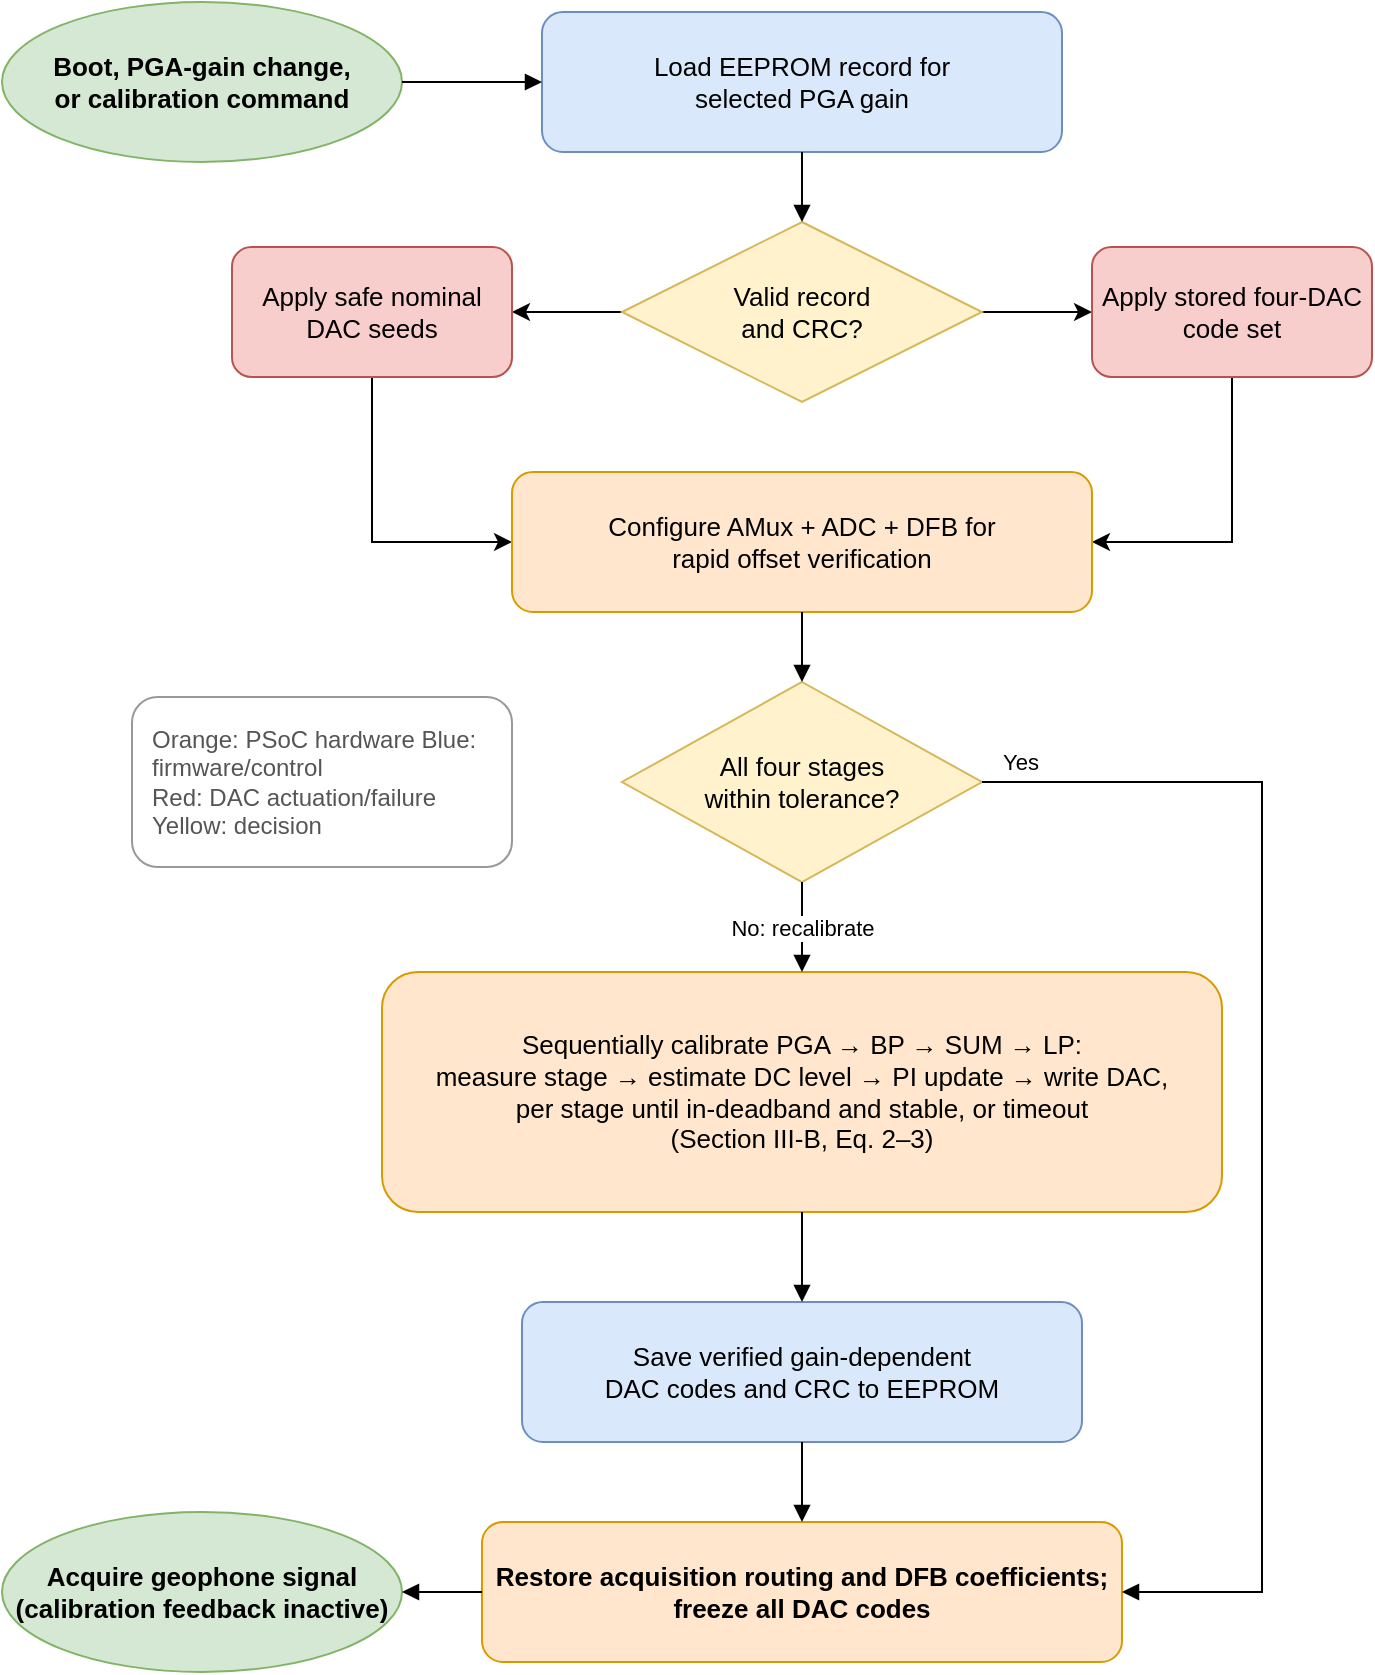
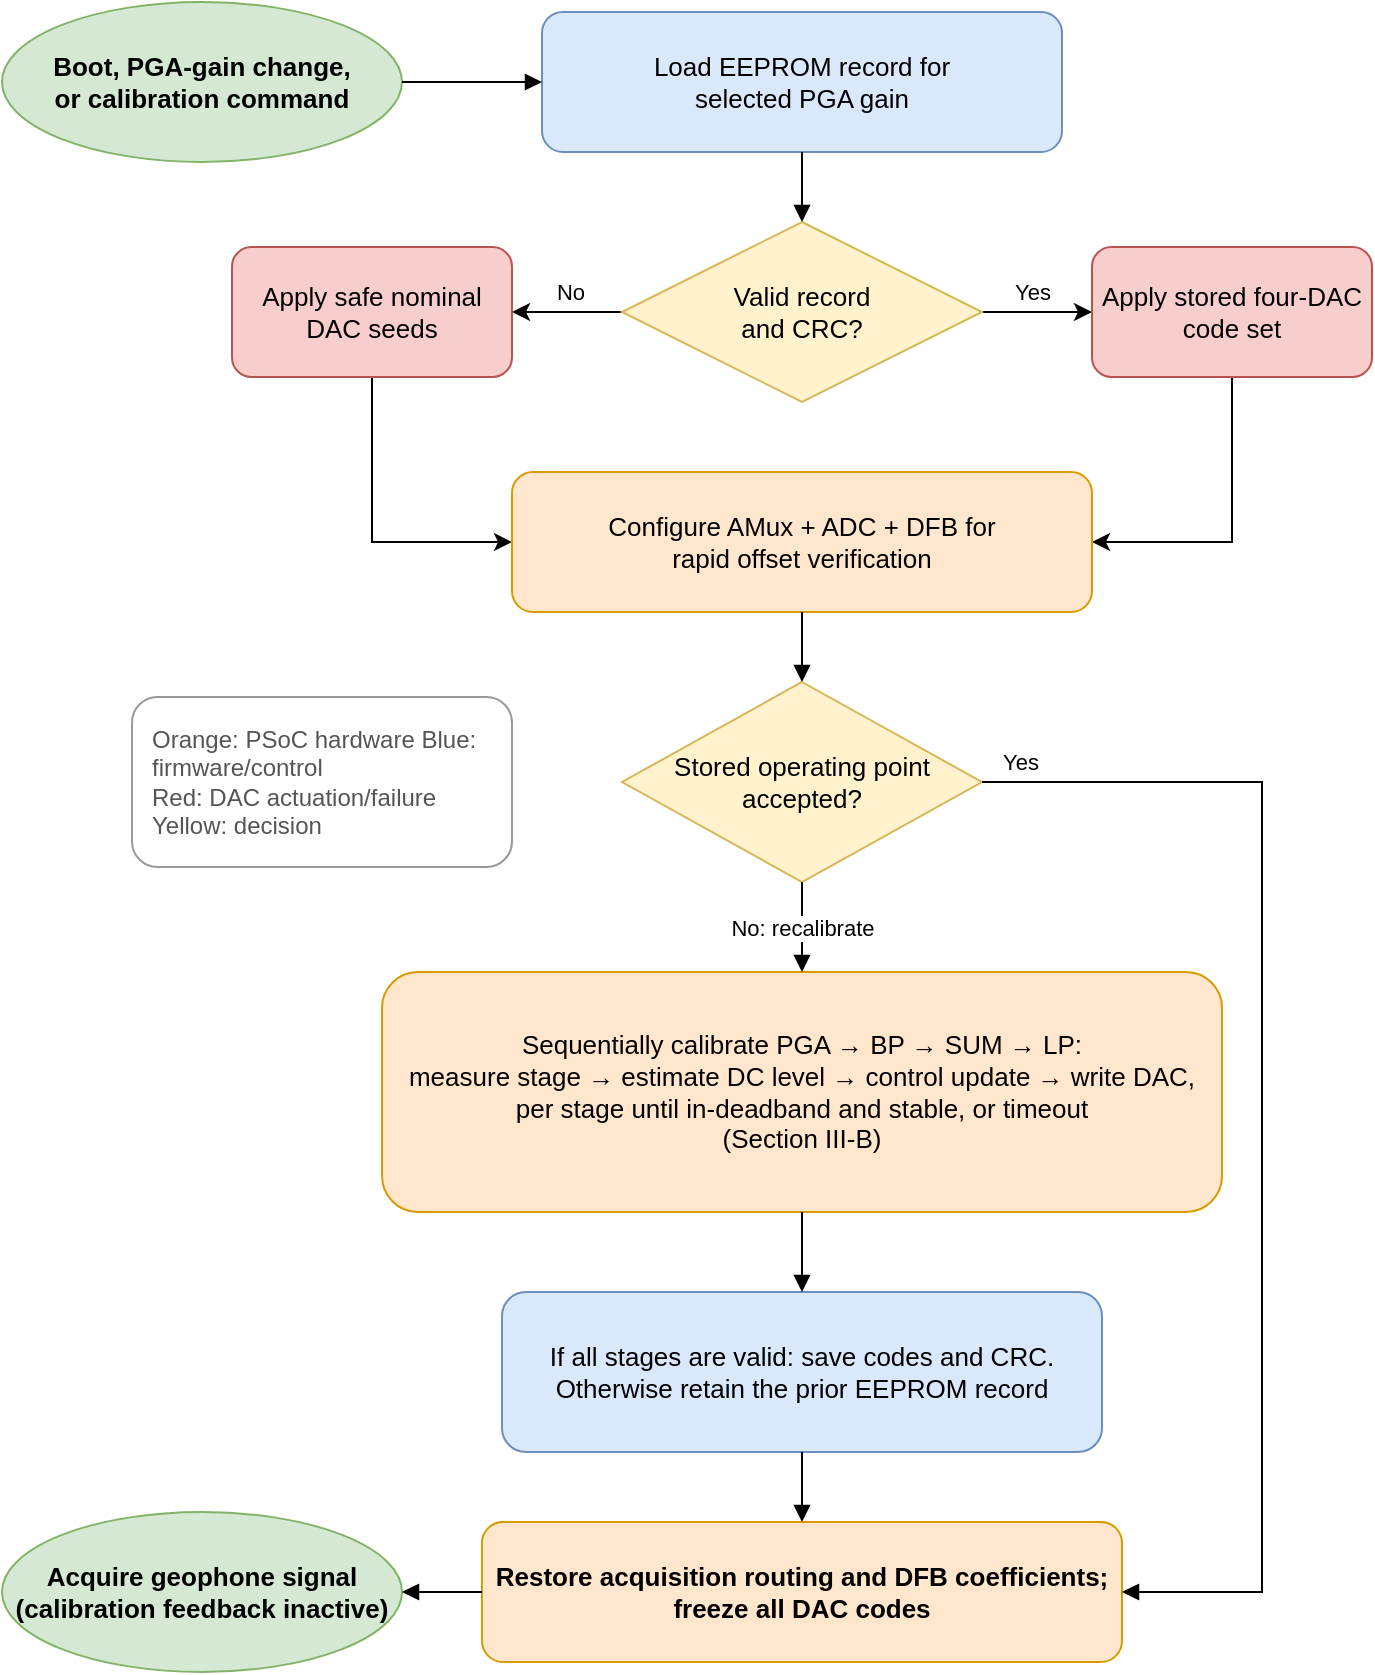
- <mxfile host="Electron" agent="Codex">
+ <mxfile host="Electron" agent="Codex" pages="2">
  <diagram id="psoc-calibration-flow" name="Foreground calibration flow">
-     <mxGraphModel dx="1768" dy="1051" grid="1" gridSize="10" guides="1" tooltips="1" connect="1" arrows="1" fold="1" page="1" pageScale="1" pageWidth="1000" pageHeight="1250" math="1" shadow="0">
+     <mxGraphModel grid="1" page="1" gridSize="10" guides="1" tooltips="1" connect="1" arrows="1" fold="1" pageScale="1" pageWidth="1000" pageHeight="1250" math="1" shadow="0">
      <root>
        <mxCell id="0" />
        <mxCell id="1" parent="0" />
        <mxCell id="start" parent="1" style="ellipse;whiteSpace=wrap;html=1;aspect=fixed;fillColor=#d5e8d4;strokeColor=#82b366;fontStyle=1;fontSize=13;" value="Boot, PGA-gain change,&#xa;or calibration command" vertex="1">
          <mxGeometry height="80" width="200" x="100" y="215" as="geometry" />
        </mxCell>
        <mxCell id="load" parent="1" style="rounded=1;whiteSpace=wrap;html=1;fillColor=#dae8fc;strokeColor=#6c8ebf;fontSize=13;" value="Load EEPROM record for&#xa;selected PGA gain" vertex="1">
          <mxGeometry height="70" width="260" x="370" y="220" as="geometry" />
        </mxCell>
        <mxCell id="0vFOy6FI1LJlk_BVGu9a-1" edge="1" parent="1" source="validrecord" style="edgeStyle=orthogonalEdgeStyle;curved=1;rounded=0;orthogonalLoop=1;jettySize=auto;html=1;exitX=1;exitY=0.5;exitDx=0;exitDy=0;entryX=0;entryY=0.5;entryDx=0;entryDy=0;" target="applystored">
          <mxGeometry relative="1" as="geometry" />
        </mxCell>
+         <mxCell id="LThXjlLlXeQun-MEq5DV-2" connectable="0" parent="0vFOy6FI1LJlk_BVGu9a-1" style="edgeLabel;html=1;align=center;verticalAlign=middle;resizable=0;points=[];" value="Yes" vertex="1">
+           <mxGeometry relative="1" x="-0.1169" y="-2" as="geometry">
+             <mxPoint y="-12" as="offset" />
+           </mxGeometry>
+         </mxCell>
        <mxCell id="0vFOy6FI1LJlk_BVGu9a-2" edge="1" parent="1" source="validrecord" style="edgeStyle=orthogonalEdgeStyle;curved=1;rounded=0;orthogonalLoop=1;jettySize=auto;html=1;exitX=0;exitY=0.5;exitDx=0;exitDy=0;entryX=1;entryY=0.5;entryDx=0;entryDy=0;" target="seed">
          <mxGeometry relative="1" as="geometry" />
+         </mxCell>
+         <mxCell id="LThXjlLlXeQun-MEq5DV-1" connectable="0" parent="0vFOy6FI1LJlk_BVGu9a-2" style="edgeLabel;html=1;align=center;verticalAlign=middle;resizable=0;points=[];" value="No" vertex="1">
+           <mxGeometry relative="1" x="-0.039" y="3" as="geometry">
+             <mxPoint y="-13" as="offset" />
+           </mxGeometry>
        </mxCell>
        <mxCell id="validrecord" parent="1" style="rhombus;whiteSpace=wrap;html=1;fillColor=#fff2cc;strokeColor=#d6b656;fontSize=13;" value="Valid record&#xa;and CRC?" vertex="1">
          <mxGeometry height="90" width="180" x="410" y="325" as="geometry" />
        </mxCell>
        <mxCell id="0vFOy6FI1LJlk_BVGu9a-4" edge="1" parent="1" source="applystored" style="edgeStyle=orthogonalEdgeStyle;rounded=0;orthogonalLoop=1;jettySize=auto;html=1;exitX=0.5;exitY=1;exitDx=0;exitDy=0;entryX=1;entryY=0.5;entryDx=0;entryDy=0;" target="verifycfg">
          <mxGeometry relative="1" as="geometry" />
        </mxCell>
        <mxCell id="applystored" parent="1" style="rounded=1;whiteSpace=wrap;html=1;fillColor=#f8cecc;strokeColor=#b85450;fontSize=13;" value="Apply stored four-DAC code set" vertex="1">
          <mxGeometry height="65" width="140" x="645" y="337.5" as="geometry" />
        </mxCell>
        <mxCell id="0vFOy6FI1LJlk_BVGu9a-5" edge="1" parent="1" source="seed" style="edgeStyle=orthogonalEdgeStyle;rounded=0;orthogonalLoop=1;jettySize=auto;html=1;exitX=0.5;exitY=1;exitDx=0;exitDy=0;entryX=0;entryY=0.5;entryDx=0;entryDy=0;" target="verifycfg">
          <mxGeometry relative="1" as="geometry" />
        </mxCell>
        <mxCell id="seed" parent="1" style="rounded=1;whiteSpace=wrap;html=1;fillColor=#f8cecc;strokeColor=#b85450;fontSize=13;" value="Apply safe nominal DAC seeds" vertex="1">
          <mxGeometry height="65" width="140" x="215" y="337.5" as="geometry" />
        </mxCell>
        <mxCell id="verifycfg" parent="1" style="rounded=1;whiteSpace=wrap;html=1;fillColor=#ffe6cc;strokeColor=#d79b00;fontSize=13;" value="Configure AMux + ADC + DFB for&#xa;rapid offset verification" vertex="1">
          <mxGeometry height="70" width="290" x="355" y="450" as="geometry" />
        </mxCell>
-         <mxCell id="verify" parent="1" style="rhombus;whiteSpace=wrap;html=1;fillColor=#fff2cc;strokeColor=#d6b656;fontSize=13;" value="All four stages&#xa;within tolerance?" vertex="1">
+         <mxCell id="verify" parent="1" style="rhombus;whiteSpace=wrap;html=1;fillColor=#fff2cc;strokeColor=#d6b656;fontSize=13;" value="Stored operating point&#xa;accepted?" vertex="1">
          <mxGeometry height="100" width="180" x="410" y="555" as="geometry" />
        </mxCell>
-         <mxCell id="calloop" parent="1" style="rounded=1;whiteSpace=wrap;html=1;fillColor=#ffe6cc;strokeColor=#d79b00;fontSize=13;align=center;" value="Sequentially calibrate PGA → BP → SUM → LP:&#xa;measure stage → estimate DC level → PI update → write DAC,&#xa;per stage until in-deadband and stable, or timeout&#xa;(Section III-B, Eq. 2–3)" vertex="1">
+         <mxCell id="calloop" parent="1" style="rounded=1;whiteSpace=wrap;html=1;fillColor=#ffe6cc;strokeColor=#d79b00;fontSize=13;align=center;" value="Sequentially calibrate PGA → BP → SUM → LP:&#xa;measure stage → estimate DC level → control update → write DAC,&#xa;per stage until in-deadband and stable, or timeout&#xa;(Section III-B)" vertex="1">
          <mxGeometry height="120" width="420" x="290" y="700" as="geometry" />
        </mxCell>
-         <mxCell id="save" parent="1" style="rounded=1;whiteSpace=wrap;html=1;fillColor=#dae8fc;strokeColor=#6c8ebf;fontSize=13;" value="Save verified gain-dependent&#xa;DAC codes and CRC to EEPROM" vertex="1">
-           <mxGeometry height="70" width="280" x="360" y="865" as="geometry" />
+         <mxCell id="save" parent="1" style="rounded=1;whiteSpace=wrap;html=1;fillColor=#dae8fc;strokeColor=#6c8ebf;fontSize=13;" value="If all stages are valid: save codes and CRC.&#xa;Otherwise retain the prior EEPROM record" vertex="1">
+           <mxGeometry height="80" width="300" x="350" y="860" as="geometry" />
        </mxCell>
        <mxCell id="restore" parent="1" style="rounded=1;whiteSpace=wrap;html=1;fillColor=#ffe6cc;strokeColor=#d79b00;fontStyle=1;fontSize=13;" value="Restore acquisition routing and DFB coefficients;&#xa;freeze all DAC codes" vertex="1">
          <mxGeometry height="70" width="320" x="340" y="975" as="geometry" />
        </mxCell>
        <mxCell id="acquire" parent="1" style="ellipse;whiteSpace=wrap;html=1;aspect=fixed;fillColor=#d5e8d4;strokeColor=#82b366;fontStyle=1;fontSize=13;" value="Acquire geophone signal&#xa;(calibration feedback inactive)" vertex="1">
          <mxGeometry height="80" width="200" x="100" y="970" as="geometry" />
        </mxCell>
        <mxCell id="legend" parent="1" style="rounded=1;whiteSpace=wrap;html=1;fillColor=#ffffff;strokeColor=#999999;fontSize=11;fontColor=#555555;align=left;spacingLeft=8;rotation=0;" value="&lt;font style=&quot;font-size: 12px;&quot;&gt;Orange: PSoC hardware   Blue: firmware/control&lt;br&gt;Red: DAC actuation/failure   Yellow: decision&lt;/font&gt;" vertex="1">
          <mxGeometry height="85" width="190" x="165" y="562.5" as="geometry" />
        </mxCell>
        <mxCell id="e1" edge="1" parent="1" source="start" style="edgeStyle=orthogonalEdgeStyle;rounded=0;orthogonalLoop=1;jettySize=auto;html=1;endArrow=block;endFill=1;" target="load">
          <mxGeometry relative="1" as="geometry" />
        </mxCell>
        <mxCell id="e2" edge="1" parent="1" source="load" style="edgeStyle=orthogonalEdgeStyle;rounded=0;orthogonalLoop=1;jettySize=auto;html=1;endArrow=block;endFill=1;" target="validrecord">
          <mxGeometry relative="1" as="geometry" />
        </mxCell>
        <mxCell id="e7" edge="1" parent="1" source="verifycfg" style="edgeStyle=orthogonalEdgeStyle;rounded=0;orthogonalLoop=1;jettySize=auto;html=1;endArrow=block;endFill=1;" target="verify">
          <mxGeometry relative="1" as="geometry" />
        </mxCell>
        <mxCell id="e8" edge="1" parent="1" source="verify" style="edgeStyle=orthogonalEdgeStyle;rounded=0;orthogonalLoop=1;jettySize=auto;html=1;endArrow=block;endFill=1;" target="restore" value="Yes">
          <mxGeometry relative="1" x="-0.94" y="10" as="geometry">
            <mxPoint as="offset" />
            <Array as="points">
              <mxPoint x="730" y="605" />
              <mxPoint x="730" y="1010" />
            </Array>
          </mxGeometry>
        </mxCell>
        <mxCell id="e9" edge="1" parent="1" source="verify" style="edgeStyle=orthogonalEdgeStyle;rounded=0;orthogonalLoop=1;jettySize=auto;html=1;endArrow=block;endFill=1;" target="calloop" value="No: recalibrate">
          <mxGeometry relative="1" as="geometry" />
        </mxCell>
        <mxCell id="e10" edge="1" parent="1" source="calloop" style="edgeStyle=orthogonalEdgeStyle;rounded=0;orthogonalLoop=1;jettySize=auto;html=1;endArrow=block;endFill=1;" target="save">
          <mxGeometry relative="1" as="geometry" />
        </mxCell>
        <mxCell id="e11" edge="1" parent="1" source="save" style="edgeStyle=orthogonalEdgeStyle;rounded=0;orthogonalLoop=1;jettySize=auto;html=1;endArrow=block;endFill=1;" target="restore">
          <mxGeometry relative="1" as="geometry" />
        </mxCell>
        <mxCell id="e12" edge="1" parent="1" source="restore" style="edgeStyle=orthogonalEdgeStyle;rounded=0;orthogonalLoop=1;jettySize=auto;html=1;endArrow=block;endFill=1;" target="acquire">
          <mxGeometry relative="1" as="geometry" />
+         </mxCell>
+       </root>
+     </mxGraphModel>
+   </diagram>
+   <diagram id="cvpb5g19FakxQKHNIJey" name="Page-2">
+     <mxGraphModel dx="-19" dy="1650" grid="1" gridSize="10" guides="1" tooltips="1" connect="1" arrows="1" fold="1" page="1" pageScale="1" pageWidth="827" pageHeight="1169" math="0" shadow="0">
+       <root>
+         <mxCell id="0" />
+         <mxCell id="1" parent="0" />
+         <mxCell id="73cJvmG9Y3DG1glWdBMk-32" edge="1" parent="1" source="73cJvmG9Y3DG1glWdBMk-11" style="edgeStyle=orthogonalEdgeStyle;curved=1;rounded=0;orthogonalLoop=1;jettySize=auto;html=1;exitX=1;exitY=0.5;exitDx=0;exitDy=0;entryX=0;entryY=0.5;entryDx=0;entryDy=0;" target="73cJvmG9Y3DG1glWdBMk-12">
+           <mxGeometry relative="1" as="geometry" />
+         </mxCell>
+         <mxCell id="wByom0Gyc8LYUdCKaJrU-4" connectable="0" parent="73cJvmG9Y3DG1glWdBMk-32" style="edgeLabel;html=1;align=center;verticalAlign=middle;resizable=0;points=[];" value="No" vertex="1">
+           <mxGeometry relative="1" x="-0.4576" y="1" as="geometry">
+             <mxPoint x="-5" y="11" as="offset" />
+           </mxGeometry>
+         </mxCell>
+         <mxCell id="73cJvmG9Y3DG1glWdBMk-34" edge="1" parent="1" source="73cJvmG9Y3DG1glWdBMk-11" style="edgeStyle=orthogonalEdgeStyle;curved=0;rounded=0;orthogonalLoop=1;jettySize=auto;html=1;exitX=0.5;exitY=0;exitDx=0;exitDy=0;" target="73cJvmG9Y3DG1glWdBMk-13">
+           <mxGeometry relative="1" as="geometry">
+             <Array as="points">
+               <mxPoint x="1120" y="-10" />
+               <mxPoint x="1583" y="-10" />
+             </Array>
+             <mxPoint x="1690" y="-10" as="targetPoint" />
+           </mxGeometry>
+         </mxCell>
+         <mxCell id="wByom0Gyc8LYUdCKaJrU-3" connectable="0" parent="73cJvmG9Y3DG1glWdBMk-34" style="edgeLabel;html=1;align=center;verticalAlign=middle;resizable=0;points=[];" value="Yes" vertex="1">
+           <mxGeometry relative="1" x="-0.9046" y="1" as="geometry">
+             <mxPoint x="11" y="20" as="offset" />
+           </mxGeometry>
+         </mxCell>
+         <mxCell id="73cJvmG9Y3DG1glWdBMk-11" parent="1" style="rhombus;whiteSpace=wrap;html=1;fillColor=#fff2cc;strokeColor=#d6b656;fontSize=13;" value="Stored operating point&#xa;accepted?" vertex="1">
+           <mxGeometry height="100" width="120" x="1060" y="9.969999999999999" as="geometry" />
+         </mxCell>
+         <mxCell id="73cJvmG9Y3DG1glWdBMk-33" edge="1" parent="1" source="73cJvmG9Y3DG1glWdBMk-12" style="edgeStyle=orthogonalEdgeStyle;curved=0;rounded=0;orthogonalLoop=1;jettySize=auto;html=1;exitX=1;exitY=0.5;exitDx=0;exitDy=0;entryX=0;entryY=0.5;entryDx=0;entryDy=0;" target="73cJvmG9Y3DG1glWdBMk-13">
+           <mxGeometry relative="1" as="geometry">
+             <Array as="points">
+               <mxPoint x="1510" y="60" />
+               <mxPoint x="1510" y="62" />
+             </Array>
+           </mxGeometry>
+         </mxCell>
+         <mxCell id="73cJvmG9Y3DG1glWdBMk-12" parent="1" style="rounded=1;whiteSpace=wrap;html=1;fillColor=#ffe6cc;strokeColor=#d79b00;fontSize=13;align=center;" value="Sequentially calibrate PGA → BP → SUM → LP:&lt;br&gt;measure stage → estimate DC level → PI update → write DAC,&amp;nbsp;&lt;div&gt;per stage until in-deadband and stable, or timeout&lt;br&gt;(Section III-B, Eq. 2–3)&lt;/div&gt;" vertex="1">
+           <mxGeometry height="90.03" width="290" x="1200" y="14.96" as="geometry" />
+         </mxCell>
+         <mxCell id="73cJvmG9Y3DG1glWdBMk-35" edge="1" parent="1" source="73cJvmG9Y3DG1glWdBMk-13" style="edgeStyle=orthogonalEdgeStyle;curved=0;rounded=0;orthogonalLoop=1;jettySize=auto;html=1;exitX=0.5;exitY=1;exitDx=0;exitDy=0;" target="73cJvmG9Y3DG1glWdBMk-14">
+           <mxGeometry relative="1" as="geometry" />
+         </mxCell>
+         <mxCell id="73cJvmG9Y3DG1glWdBMk-13" parent="1" style="rounded=1;whiteSpace=wrap;html=1;fillColor=#dae8fc;strokeColor=#6c8ebf;fontSize=13;" value="If all stages are valid: save codes and CRC.&#xa;Otherwise retain the prior EEPROM record" vertex="1">
+           <mxGeometry height="103" width="115" x="1525" y="10" as="geometry" />
+         </mxCell>
+         <mxCell id="73cJvmG9Y3DG1glWdBMk-36" edge="1" parent="1" source="73cJvmG9Y3DG1glWdBMk-14" style="edgeStyle=orthogonalEdgeStyle;curved=0;rounded=0;orthogonalLoop=1;jettySize=auto;html=1;exitX=0;exitY=0.5;exitDx=0;exitDy=0;" target="73cJvmG9Y3DG1glWdBMk-15">
+           <mxGeometry relative="1" as="geometry" />
+         </mxCell>
+         <mxCell id="73cJvmG9Y3DG1glWdBMk-14" parent="1" style="rounded=1;whiteSpace=wrap;html=1;fillColor=#ffe6cc;strokeColor=#d79b00;fontStyle=1;fontSize=13;" value="Restore acquisition routing and DFB coefficients; freeze all DAC codes" vertex="1">
+           <mxGeometry height="30" width="350" x="1290" y="139.97" as="geometry" />
+         </mxCell>
+         <mxCell id="73cJvmG9Y3DG1glWdBMk-15" parent="1" style="ellipse;whiteSpace=wrap;html=1;aspect=fixed;fillColor=#d5e8d4;strokeColor=#82b366;fontStyle=1;fontSize=13;" value="Acquire geophone signal&#xa;(calibration feedback inactive)" vertex="1">
+           <mxGeometry height="72" width="180" x="1044" y="113" as="geometry" />
+         </mxCell>
+         <mxCell id="73cJvmG9Y3DG1glWdBMk-16" parent="1" style="rounded=1;whiteSpace=wrap;html=1;fillColor=#ffffff;strokeColor=#999999;fontSize=11;fontColor=#555555;align=center;spacingLeft=8;rotation=0;" value="&lt;font style=&quot;font-size: 12px;&quot;&gt;Orange: PSoC hardware   Blue: firmware/control Red: DAC actuation/failure   Yellow: decision&lt;/font&gt;" vertex="1">
+           <mxGeometry height="20" width="520" x="1120" y="-40" as="geometry" />
+         </mxCell>
+         <mxCell id="73cJvmG9Y3DG1glWdBMk-1" parent="1" style="ellipse;whiteSpace=wrap;html=1;aspect=fixed;fillColor=#d5e8d4;strokeColor=#82b366;fontStyle=1;fontSize=13;" value="Boot, PGA-gain change,&#xa;or calibration command" vertex="1">
+           <mxGeometry height="64" width="160" x="1480" y="-189.5" as="geometry" />
+         </mxCell>
+         <mxCell id="73cJvmG9Y3DG1glWdBMk-2" parent="1" style="rounded=1;whiteSpace=wrap;html=1;fillColor=#dae8fc;strokeColor=#6c8ebf;fontSize=13;" value="Load EEPROM record for&#xa;selected PGA gain" vertex="1">
+           <mxGeometry height="50" width="110" x="1330" y="-189.5" as="geometry" />
+         </mxCell>
+         <mxCell id="73cJvmG9Y3DG1glWdBMk-27" edge="1" parent="1" source="73cJvmG9Y3DG1glWdBMk-5" style="edgeStyle=orthogonalEdgeStyle;curved=0;rounded=0;orthogonalLoop=1;jettySize=auto;html=1;exitX=0.5;exitY=1;exitDx=0;exitDy=0;" target="73cJvmG9Y3DG1glWdBMk-9">
+           <mxGeometry relative="1" as="geometry">
+             <Array as="points">
+               <mxPoint x="1245" y="-110" />
+               <mxPoint x="1555" y="-110" />
+             </Array>
+           </mxGeometry>
+         </mxCell>
+         <mxCell id="wByom0Gyc8LYUdCKaJrU-2" connectable="0" parent="73cJvmG9Y3DG1glWdBMk-27" style="edgeLabel;html=1;align=center;verticalAlign=middle;resizable=0;points=[];" value="No" vertex="1">
+           <mxGeometry relative="1" x="-0.6232" y="3" as="geometry">
+             <mxPoint x="-26" y="-7" as="offset" />
+           </mxGeometry>
+         </mxCell>
+         <mxCell id="73cJvmG9Y3DG1glWdBMk-5" parent="1" style="rhombus;whiteSpace=wrap;html=1;fillColor=#fff2cc;strokeColor=#d6b656;fontSize=13;" value="Valid record&#xa;and CRC?" vertex="1">
+           <mxGeometry height="60.5" width="110" x="1190" y="-194.75" as="geometry" />
+         </mxCell>
+         <mxCell id="73cJvmG9Y3DG1glWdBMk-29" edge="1" parent="1" source="73cJvmG9Y3DG1glWdBMk-7" style="edgeStyle=orthogonalEdgeStyle;curved=0;rounded=0;orthogonalLoop=1;jettySize=auto;html=1;exitX=0.5;exitY=1;exitDx=0;exitDy=0;" target="73cJvmG9Y3DG1glWdBMk-10">
+           <mxGeometry relative="1" as="geometry">
+             <Array as="points">
+               <mxPoint x="1105" y="-120" />
+               <mxPoint x="1222" y="-120" />
+             </Array>
+           </mxGeometry>
+         </mxCell>
+         <mxCell id="73cJvmG9Y3DG1glWdBMk-7" parent="1" style="rounded=1;whiteSpace=wrap;html=1;fillColor=#f8cecc;strokeColor=#b85450;fontSize=13;" value="Apply stored four-DAC code set" vertex="1">
+           <mxGeometry height="27.5" width="130" x="1040" y="-178.25" as="geometry" />
+         </mxCell>
+         <mxCell id="wByom0Gyc8LYUdCKaJrU-9" edge="1" parent="1" source="73cJvmG9Y3DG1glWdBMk-9" style="edgeStyle=orthogonalEdgeStyle;curved=1;rounded=0;orthogonalLoop=1;jettySize=auto;html=1;exitX=0;exitY=0.5;exitDx=0;exitDy=0;entryX=1;entryY=0.5;entryDx=0;entryDy=0;" target="73cJvmG9Y3DG1glWdBMk-10">
+           <mxGeometry relative="1" as="geometry" />
+         </mxCell>
+         <mxCell id="73cJvmG9Y3DG1glWdBMk-9" parent="1" style="rounded=1;whiteSpace=wrap;html=1;fillColor=#f8cecc;strokeColor=#b85450;fontSize=13;" value="Apply safe nominal DAC seeds" vertex="1">
+           <mxGeometry height="25" width="210" x="1430" y="-88.75" as="geometry" />
+         </mxCell>
+         <mxCell id="wByom0Gyc8LYUdCKaJrU-10" edge="1" parent="1" source="73cJvmG9Y3DG1glWdBMk-10" style="edgeStyle=orthogonalEdgeStyle;curved=0;rounded=0;orthogonalLoop=1;jettySize=auto;html=1;exitX=0;exitY=0.5;exitDx=0;exitDy=0;entryX=0;entryY=0.5;entryDx=0;entryDy=0;" target="73cJvmG9Y3DG1glWdBMk-11">
+           <mxGeometry relative="1" as="geometry" />
+         </mxCell>
+         <mxCell id="73cJvmG9Y3DG1glWdBMk-10" parent="1" style="rounded=1;whiteSpace=wrap;html=1;fillColor=#ffe6cc;strokeColor=#d79b00;fontSize=13;" value="Configure AMux + ADC + DFB for&#xa;rapid offset verification" vertex="1">
+           <mxGeometry height="47.5" width="215" x="1115" y="-100" as="geometry" />
+         </mxCell>
+         <mxCell id="73cJvmG9Y3DG1glWdBMk-17" edge="1" parent="1" source="73cJvmG9Y3DG1glWdBMk-1" style="edgeStyle=orthogonalEdgeStyle;rounded=0;orthogonalLoop=1;jettySize=auto;html=1;endArrow=block;endFill=1;" target="73cJvmG9Y3DG1glWdBMk-2">
+           <mxGeometry relative="1" as="geometry" />
+         </mxCell>
+         <mxCell id="73cJvmG9Y3DG1glWdBMk-18" edge="1" parent="1" source="73cJvmG9Y3DG1glWdBMk-2" style="edgeStyle=orthogonalEdgeStyle;rounded=0;orthogonalLoop=1;jettySize=auto;html=1;endArrow=block;endFill=1;" target="73cJvmG9Y3DG1glWdBMk-5">
+           <mxGeometry relative="1" as="geometry" />
+         </mxCell>
+         <mxCell id="wByom0Gyc8LYUdCKaJrU-7" edge="1" parent="1" source="73cJvmG9Y3DG1glWdBMk-5" style="edgeStyle=orthogonalEdgeStyle;curved=0;rounded=0;orthogonalLoop=1;jettySize=auto;html=1;exitX=0;exitY=0.5;exitDx=0;exitDy=0;entryX=1;entryY=0.5;entryDx=0;entryDy=0;" target="73cJvmG9Y3DG1glWdBMk-7">
+           <mxGeometry relative="1" as="geometry" />
+         </mxCell>
+         <mxCell id="wByom0Gyc8LYUdCKaJrU-8" connectable="0" parent="wByom0Gyc8LYUdCKaJrU-7" style="edgeLabel;html=1;align=center;verticalAlign=middle;resizable=0;points=[];" value="Yes" vertex="1">
+           <mxGeometry relative="1" x="-0.1623" as="geometry">
+             <mxPoint y="10" as="offset" />
+           </mxGeometry>
        </mxCell>
      </root>
    </mxGraphModel>
  </diagram>
</mxfile>
